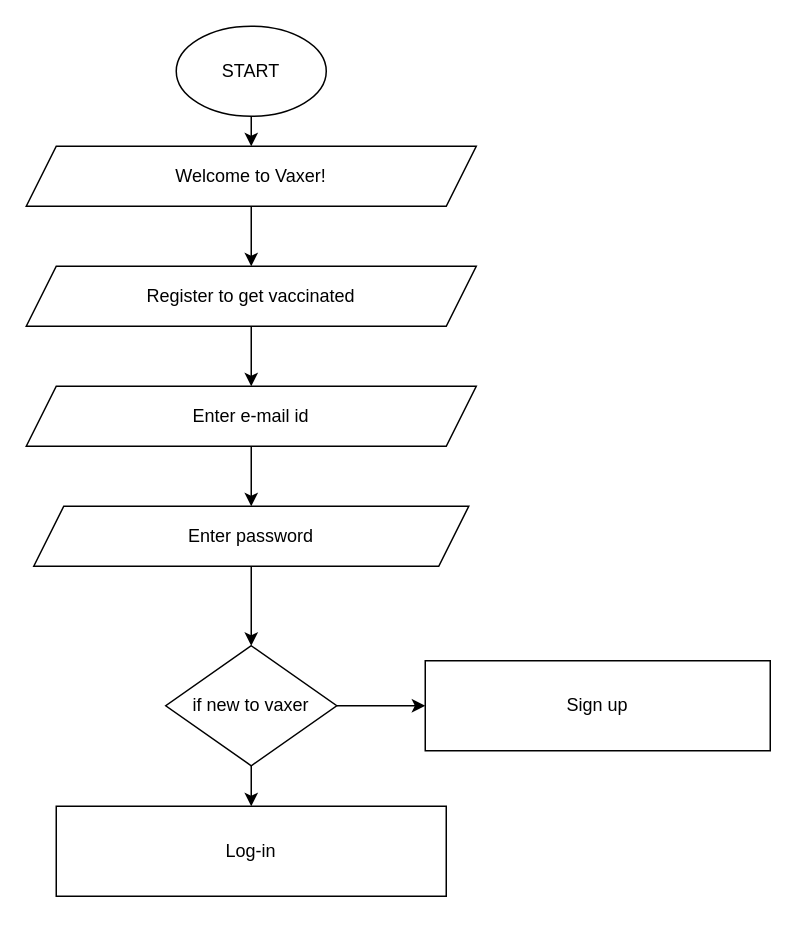
This is flowchart/patient.drawio from quantum-corn/vaxer, a draw.io file, before an edit. Source tidied: cells renumbered, new cells numbered last; positions are measured from the earlier drawing's top-left corner, leaving out a move shared by most shapes. Both pictures are drawn from the tidied source at 150%, with x=0, y=0 at pixel (26, 26).
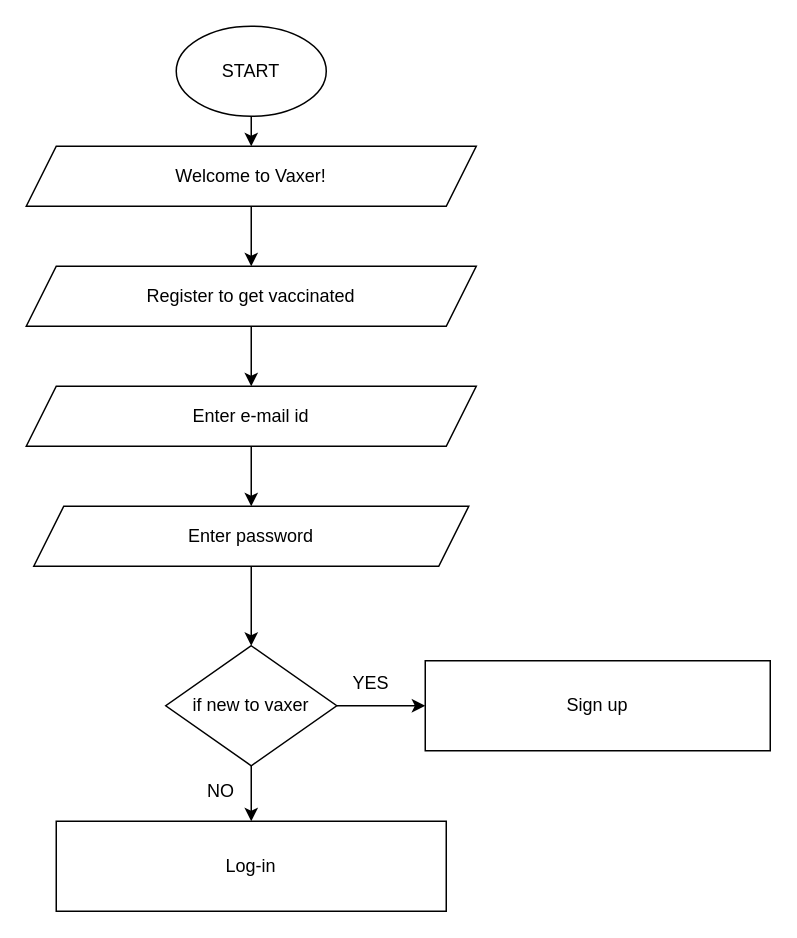
The same page after the edit.

What changed in the source:
```diff
@@
     <mxCell id="16" value="Log-in" style="rounded=0;whiteSpace=wrap;html=1;" parent="1" vertex="1">
-      <mxGeometry x="20" y="520" width="260" height="60" as="geometry" />
+      <mxGeometry x="20" y="530" width="260" height="60" as="geometry" />
     </mxCell>
+    <mxCell id="17" value="YES" style="text;html=1;strokeColor=none;fillColor=none;align=center;verticalAlign=middle;whiteSpace=wrap;rounded=0;" parent="1" vertex="1">
+      <mxGeometry x="200" y="423" width="60" height="30" as="geometry" />
+    </mxCell>
+    <mxCell id="18" value="NO" style="text;html=1;strokeColor=none;fillColor=none;align=center;verticalAlign=middle;whiteSpace=wrap;rounded=0;" parent="1" vertex="1">
+      <mxGeometry x="100" y="493" width="60" height="33" as="geometry" />
+    </mxCell>
```
